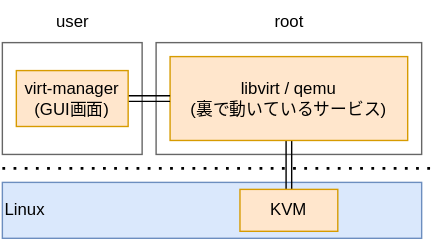
Above: page/public/imgs/win-virt-nixos/libvirt.drawio.svg in xd-tech/linux-blog (draw.io), before the change. Source tidied: cells renumbered, new cells last; positions are measured from the earlier drawing's top-left corner, leaving out a move shared by most shapes.
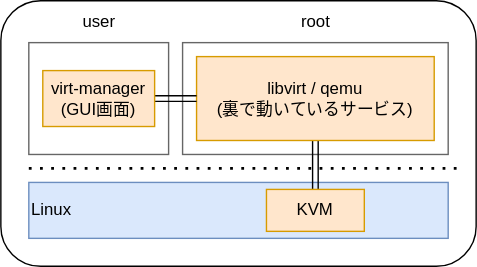
After the change.

The edit, as a diff of the source:
```diff
@@ -2,6 +2,9 @@
   <root>
     <mxCell id="0" />
     <mxCell id="1" parent="0" />
+    <mxCell id="13" style="rounded=1;whiteSpace=wrap;html=1;" parent="1" vertex="1">
+      <mxGeometry x="-20" width="340" height="190" as="geometry" />
+    </mxCell>
     <mxCell id="2" style="whiteSpace=wrap;html=1;fillColor=none;fontColor=#333333;strokeColor=#666666;" parent="1" vertex="1">
       <mxGeometry y="30" width="100" height="80" as="geometry" />
     </mxCell>
```
